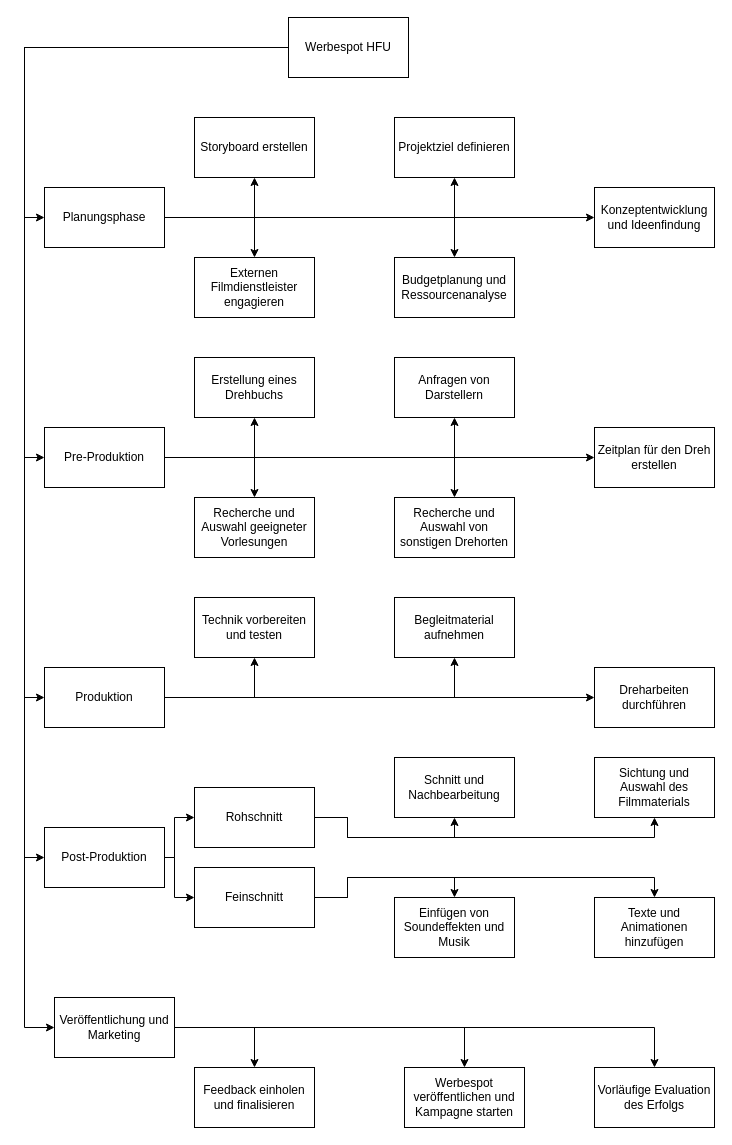
Garitz/Flowchart_statistic keeps this draw.io diagram as Produktmanagement.drawio. Above is the earlier version. Source tidied: cells renumbered, new cells numbered last; positions are measured from the earlier drawing's top-left corner, leaving out a move shared by most shapes. Both pictures are drawn from the tidied source at 100%, with x=0, y=0 at pixel (24, 17).
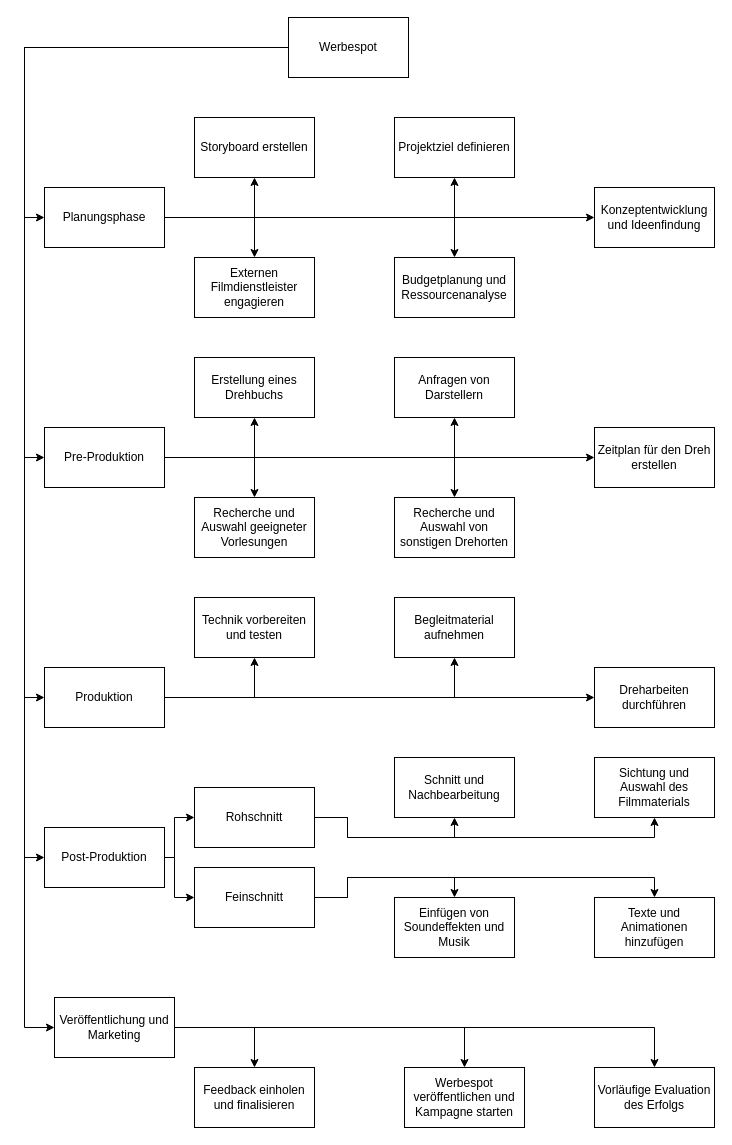
Above is the later version.

Change to the diagram source:
```diff
@@
-    <mxCell id="7" value="Werbespot HFU" style="rounded=0;whiteSpace=wrap;html=1;" parent="1" vertex="1">
+    <mxCell id="7" value="Werbespot" style="rounded=0;whiteSpace=wrap;html=1;" parent="1" vertex="1">
       <mxGeometry x="264" width="120" height="60" as="geometry" />
     </mxCell>
```
